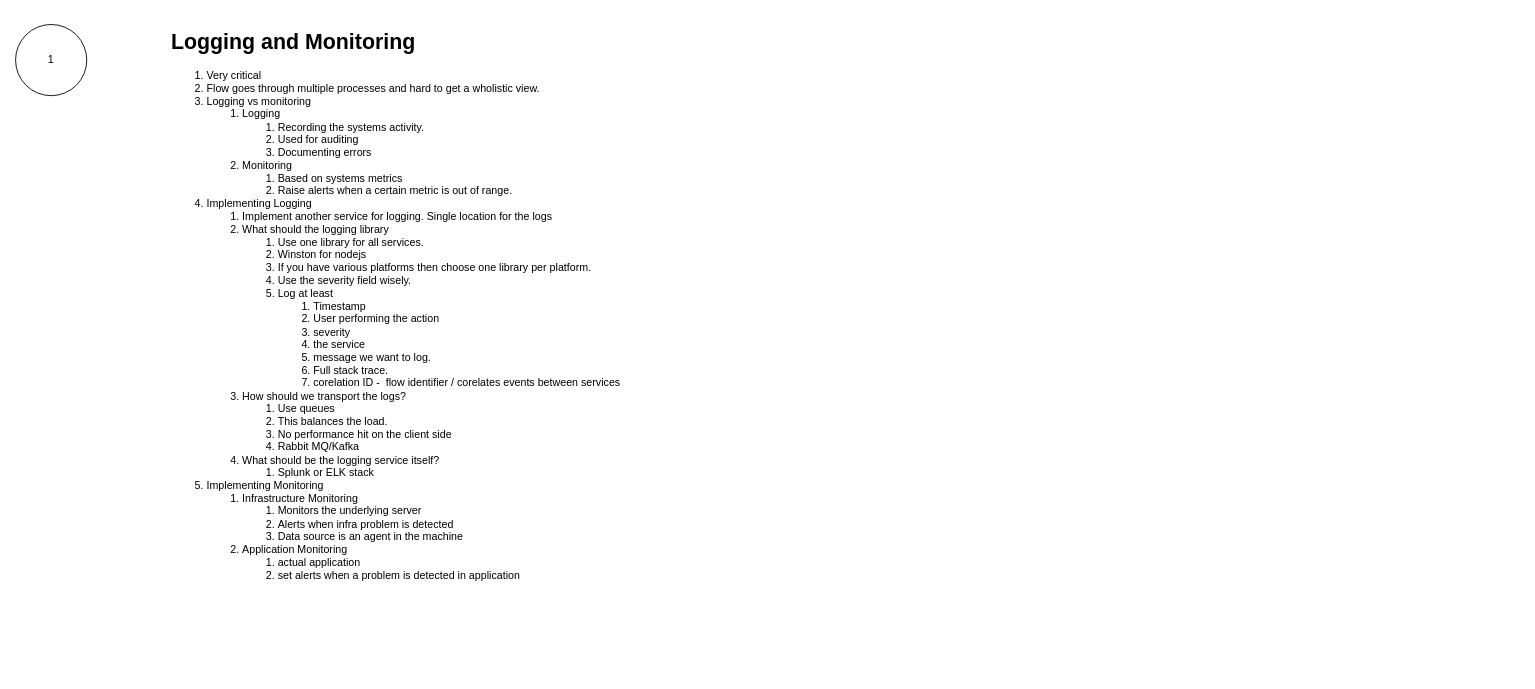
Above: page "Logging and Monitoring" (8 of 8) of Microservices.drawio in snair0410/devops-tutorial (draw.io), before the change. Source tidied: cells renumbered, new cells numbered last; positions are measured from the earlier drawing's top-left corner, leaving out a move shared by most shapes. Both pictures are drawn from the tidied source at 89%, with x=0, y=0 at pixel (15, 24).
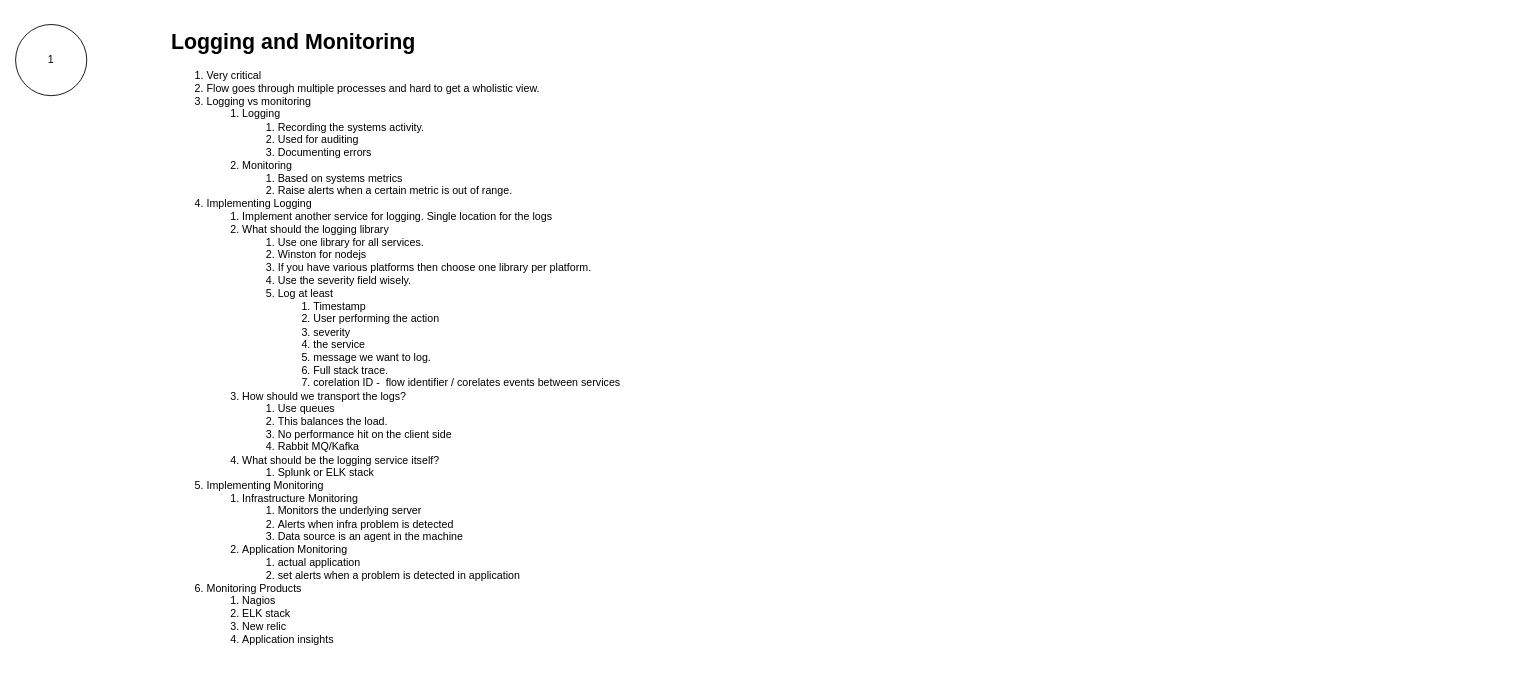
The same page after the edit.

Change to the diagram source:
```diff
@@
 <mxGraphModel>
   <root>
     <mxCell id="0" />
     <mxCell id="1" parent="0" />
-    <mxCell id="2" value="&lt;h1&gt;Logging and Monitoring&lt;/h1&gt;&lt;div&gt;&lt;ol&gt;&lt;li&gt;Very critical&lt;/li&gt;&lt;li&gt;Flow goes through multiple processes and hard to get a wholistic view.&amp;nbsp;&lt;/li&gt;&lt;li&gt;Logging vs monitoring&lt;/li&gt;&lt;ol&gt;&lt;li&gt;Logging&amp;nbsp;&lt;/li&gt;&lt;ol&gt;&lt;li&gt;Recording the systems activity.&lt;/li&gt;&lt;li&gt;Used for auditing&lt;/li&gt;&lt;li&gt;Documenting errors&lt;/li&gt;&lt;/ol&gt;&lt;li&gt;Monitoring&lt;/li&gt;&lt;ol&gt;&lt;li&gt;Based on systems metrics&lt;/li&gt;&lt;li&gt;Raise alerts when a certain metric is out of range.&lt;/li&gt;&lt;/ol&gt;&lt;/ol&gt;&lt;li&gt;Implementing Logging&lt;/li&gt;&lt;ol&gt;&lt;li&gt;Implement another service for logging. Single location for the logs&lt;/li&gt;&lt;li&gt;What should the logging library&lt;/li&gt;&lt;ol&gt;&lt;li&gt;Use one library for all services.&amp;nbsp;&lt;/li&gt;&lt;li&gt;Winston for nodejs&lt;/li&gt;&lt;li&gt;If you have various platforms then choose one library per platform.&lt;/li&gt;&lt;li&gt;Use the severity field wisely.&lt;/li&gt;&lt;li&gt;Log at least&lt;/li&gt;&lt;ol&gt;&lt;li&gt;Timestamp&lt;/li&gt;&lt;li&gt;User performing the action&lt;/li&gt;&lt;li&gt;severity&lt;/li&gt;&lt;li&gt;the service&lt;/li&gt;&lt;li&gt;message we want to log.&lt;/li&gt;&lt;li&gt;Full stack trace.&lt;/li&gt;&lt;li&gt;corelation ID -&amp;nbsp; flow identifier / corelates events between services&lt;/li&gt;&lt;/ol&gt;&lt;/ol&gt;&lt;li&gt;How should we transport the logs?&lt;/li&gt;&lt;ol&gt;&lt;li&gt;Use queues&amp;nbsp;&lt;/li&gt;&lt;li&gt;This balances the load.&lt;/li&gt;&lt;li&gt;No performance hit on the client side&amp;nbsp;&lt;/li&gt;&lt;li&gt;Rabbit MQ/Kafka&lt;/li&gt;&lt;/ol&gt;&lt;li&gt;What should be the logging service itself?&lt;/li&gt;&lt;ol&gt;&lt;li&gt;Splunk or ELK stack&lt;/li&gt;&lt;/ol&gt;&lt;/ol&gt;&lt;li&gt;Implementing Monitoring&lt;/li&gt;&lt;ol&gt;&lt;li&gt;Infrastructure Monitoring&lt;/li&gt;&lt;ol&gt;&lt;li&gt;Monitors the underlying server&lt;/li&gt;&lt;li&gt;Alerts when infra problem is detected&lt;/li&gt;&lt;li&gt;Data source is an agent in the machine&lt;/li&gt;&lt;/ol&gt;&lt;li&gt;Application Monitoring&lt;/li&gt;&lt;ol&gt;&lt;li&gt;actual application&lt;/li&gt;&lt;li&gt;set alerts when a problem is detected in application&lt;/li&gt;&lt;/ol&gt;&lt;/ol&gt;&lt;/ol&gt;&lt;/div&gt;" style="text;html=1;strokeColor=none;fillColor=none;spacing=5;spacingTop=-20;whiteSpace=wrap;overflow=hidden;rounded=0;" parent="1" vertex="1">
-      <mxGeometry x="170" width="1520" height="680" as="geometry" />
+    <mxCell id="2" value="&lt;h1&gt;Logging and Monitoring&lt;/h1&gt;&lt;div&gt;&lt;ol&gt;&lt;li&gt;Very critical&lt;/li&gt;&lt;li&gt;Flow goes through multiple processes and hard to get a wholistic view.&amp;nbsp;&lt;/li&gt;&lt;li&gt;Logging vs monitoring&lt;/li&gt;&lt;ol&gt;&lt;li&gt;Logging&amp;nbsp;&lt;/li&gt;&lt;ol&gt;&lt;li&gt;Recording the systems activity.&lt;/li&gt;&lt;li&gt;Used for auditing&lt;/li&gt;&lt;li&gt;Documenting errors&lt;/li&gt;&lt;/ol&gt;&lt;li&gt;Monitoring&lt;/li&gt;&lt;ol&gt;&lt;li&gt;Based on systems metrics&lt;/li&gt;&lt;li&gt;Raise alerts when a certain metric is out of range.&lt;/li&gt;&lt;/ol&gt;&lt;/ol&gt;&lt;li&gt;Implementing Logging&lt;/li&gt;&lt;ol&gt;&lt;li&gt;Implement another service for logging. Single location for the logs&lt;/li&gt;&lt;li&gt;What should the logging library&lt;/li&gt;&lt;ol&gt;&lt;li&gt;Use one library for all services.&amp;nbsp;&lt;/li&gt;&lt;li&gt;Winston for nodejs&lt;/li&gt;&lt;li&gt;If you have various platforms then choose one library per platform.&lt;/li&gt;&lt;li&gt;Use the severity field wisely.&lt;/li&gt;&lt;li&gt;Log at least&lt;/li&gt;&lt;ol&gt;&lt;li&gt;Timestamp&lt;/li&gt;&lt;li&gt;User performing the action&lt;/li&gt;&lt;li&gt;severity&lt;/li&gt;&lt;li&gt;the service&lt;/li&gt;&lt;li&gt;message we want to log.&lt;/li&gt;&lt;li&gt;Full stack trace.&lt;/li&gt;&lt;li&gt;corelation ID -&amp;nbsp; flow identifier / corelates events between services&lt;/li&gt;&lt;/ol&gt;&lt;/ol&gt;&lt;li&gt;How should we transport the logs?&lt;/li&gt;&lt;ol&gt;&lt;li&gt;Use queues&amp;nbsp;&lt;/li&gt;&lt;li&gt;This balances the load.&lt;/li&gt;&lt;li&gt;No performance hit on the client side&amp;nbsp;&lt;/li&gt;&lt;li&gt;Rabbit MQ/Kafka&lt;/li&gt;&lt;/ol&gt;&lt;li&gt;What should be the logging service itself?&lt;/li&gt;&lt;ol&gt;&lt;li&gt;Splunk or ELK stack&lt;/li&gt;&lt;/ol&gt;&lt;/ol&gt;&lt;li&gt;Implementing Monitoring&lt;/li&gt;&lt;ol&gt;&lt;li&gt;Infrastructure Monitoring&lt;/li&gt;&lt;ol&gt;&lt;li&gt;Monitors the underlying server&lt;/li&gt;&lt;li&gt;Alerts when infra problem is detected&lt;/li&gt;&lt;li&gt;Data source is an agent in the machine&lt;/li&gt;&lt;/ol&gt;&lt;li&gt;Application Monitoring&lt;/li&gt;&lt;ol&gt;&lt;li&gt;actual application&lt;/li&gt;&lt;li&gt;set alerts when a problem is detected in application&lt;/li&gt;&lt;/ol&gt;&lt;/ol&gt;&lt;li&gt;Monitoring Products&lt;/li&gt;&lt;ol&gt;&lt;li&gt;Nagios&lt;/li&gt;&lt;li&gt;ELK stack&lt;/li&gt;&lt;li&gt;New relic&lt;/li&gt;&lt;li&gt;Application insights&lt;/li&gt;&lt;/ol&gt;&lt;/ol&gt;&lt;/div&gt;" style="text;html=1;strokeColor=none;fillColor=none;spacing=5;spacingTop=-20;whiteSpace=wrap;overflow=hidden;rounded=0;" parent="1" vertex="1">
+      <mxGeometry x="170" width="1520" height="730" as="geometry" />
     </mxCell>
     <mxCell id="3" value="1" style="ellipse;whiteSpace=wrap;html=1;" parent="1" vertex="1">
       <mxGeometry width="80" height="80" as="geometry" />
     </mxCell>
   </root>
 </mxGraphModel>
```
